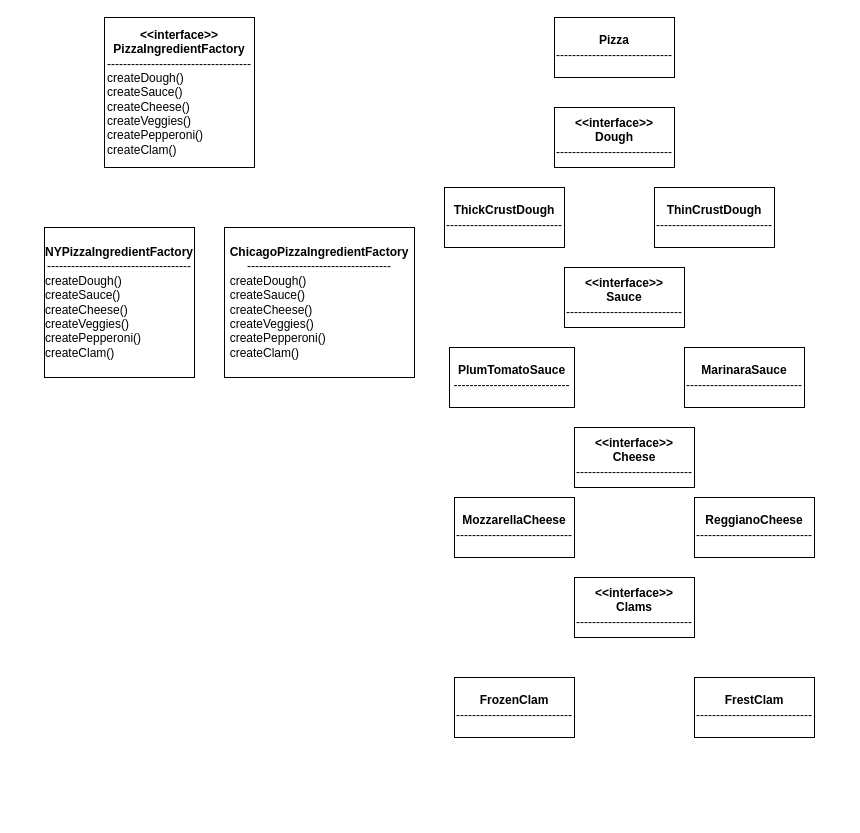
titcoi-eastlaos/diagrams- keeps this draw.io diagram as PizzaAF.drawio. Above is the earlier version. Source tidied: cells renumbered, new cells numbered last; positions are measured from the earlier drawing's top-left corner, leaving out a move shared by most shapes. Both pictures are drawn from the tidied source at 100%, with x=0, y=0 at pixel (44, 17).
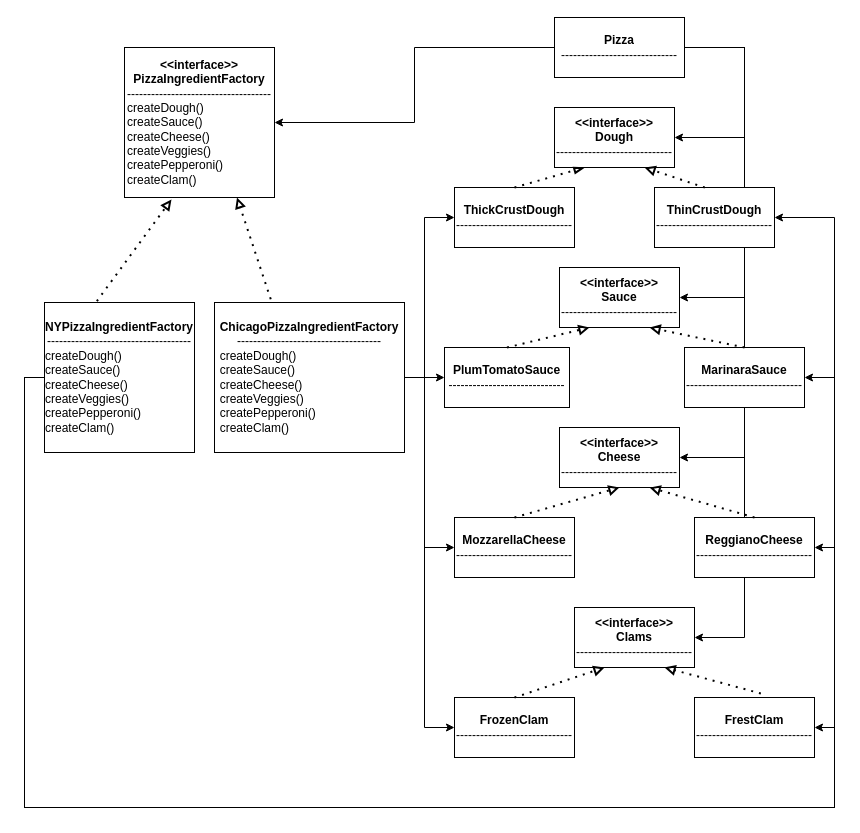
After the change.

Unchanged cells that the change refers to:
```xml
<mxCell id="6" value="&lt;b&gt;&amp;lt;&amp;lt;interface&amp;gt;&amp;gt;&lt;br&gt;Dough&lt;br&gt;&lt;/b&gt;-----------------------------" style="rounded=0;whiteSpace=wrap;html=1;" parent="1" vertex="1">
  <mxGeometry x="510" y="90" width="120" height="60" as="geometry" />
</mxCell>
<mxCell id="8" value="&lt;b&gt;ThinCrustDough&lt;br&gt;&lt;/b&gt;-----------------------------" style="rounded=0;whiteSpace=wrap;html=1;" parent="1" vertex="1">
  <mxGeometry x="610" y="170" width="120" height="60" as="geometry" />
</mxCell>
<mxCell id="11" value="&lt;b&gt;MarinaraSauce&lt;/b&gt;&lt;br&gt;-----------------------------" style="rounded=0;whiteSpace=wrap;html=1;" parent="1" vertex="1">
  <mxGeometry x="640" y="330" width="120" height="60" as="geometry" />
</mxCell>
```

The edit, as a diff of the source:
```diff
@@
     <mxCell id="2" value="&lt;b&gt;&amp;lt;&amp;lt;interface&amp;gt;&amp;gt;&lt;br&gt;PizzaIngredientFactory&lt;/b&gt;&lt;br&gt;------------------------------------&lt;br&gt;&lt;div style=&quot;text-align: left&quot;&gt;&lt;span&gt;createDough()&lt;/span&gt;&lt;/div&gt;&lt;div style=&quot;text-align: left&quot;&gt;&lt;span&gt;createSauce()&lt;/span&gt;&lt;/div&gt;&lt;div style=&quot;text-align: left&quot;&gt;&lt;span&gt;createCheese()&lt;/span&gt;&lt;/div&gt;&lt;div style=&quot;text-align: left&quot;&gt;&lt;span&gt;createVeggies()&lt;/span&gt;&lt;/div&gt;&lt;div style=&quot;text-align: left&quot;&gt;&lt;span&gt;createPepperoni()&lt;/span&gt;&lt;/div&gt;&lt;div style=&quot;text-align: left&quot;&gt;&lt;span&gt;createClam()&lt;/span&gt;&lt;/div&gt;" style="rounded=0;whiteSpace=wrap;html=1;" parent="1" vertex="1">
-      <mxGeometry x="60" width="150" height="150" as="geometry" />
+      <mxGeometry x="80" y="30" width="150" height="150" as="geometry" />
     </mxCell>
+    <mxCell id="18" style="edgeStyle=orthogonalEdgeStyle;rounded=0;jettySize=auto;html=1;exitX=0;exitY=0.5;exitDx=0;exitDy=0;entryX=1;entryY=0.5;entryDx=0;entryDy=0;endArrow=classic;endFill=1;" parent="1" edge="1" source="3" target="2">
+      <mxGeometry relative="1" as="geometry" />
+    </mxCell>
+    <mxCell id="19" style="edgeStyle=orthogonalEdgeStyle;rounded=0;jettySize=auto;html=1;exitX=1;exitY=0.5;exitDx=0;exitDy=0;entryX=1;entryY=0.5;entryDx=0;entryDy=0;endArrow=classic;endFill=1;" parent="1" edge="1" source="3" target="6">
+      <mxGeometry relative="1" as="geometry">
+        <Array as="points">
+          <mxPoint x="700" y="30" />
+          <mxPoint x="700" y="120" />
+        </Array>
+      </mxGeometry>
+    </mxCell>
+    <mxCell id="20" style="edgeStyle=orthogonalEdgeStyle;rounded=0;jettySize=auto;html=1;exitX=1;exitY=0.5;exitDx=0;exitDy=0;entryX=1;entryY=0.5;entryDx=0;entryDy=0;endArrow=classic;endFill=1;" parent="1" edge="1" source="3" target="9">
+      <mxGeometry relative="1" as="geometry">
+        <Array as="points">
+          <mxPoint x="700" y="30" />
+          <mxPoint x="700" y="280" />
+        </Array>
+      </mxGeometry>
+    </mxCell>
+    <mxCell id="21" style="edgeStyle=orthogonalEdgeStyle;rounded=0;jettySize=auto;html=1;entryX=1;entryY=0.5;entryDx=0;entryDy=0;endArrow=classic;endFill=1;" parent="1" edge="1" source="3" target="12">
+      <mxGeometry relative="1" as="geometry">
+        <Array as="points">
+          <mxPoint x="700" y="30" />
+          <mxPoint x="700" y="440" />
+        </Array>
+      </mxGeometry>
+    </mxCell>
+    <mxCell id="22" style="edgeStyle=orthogonalEdgeStyle;rounded=0;jettySize=auto;html=1;entryX=1;entryY=0.5;entryDx=0;entryDy=0;endArrow=classic;endFill=1;" parent="1" edge="1" source="3" target="13">
+      <mxGeometry relative="1" as="geometry">
+        <Array as="points">
+          <mxPoint x="700" y="30" />
+          <mxPoint x="700" y="620" />
+        </Array>
+      </mxGeometry>
+    </mxCell>
     <mxCell id="3" value="&lt;b&gt;Pizza&lt;/b&gt;&lt;br&gt;-----------------------------" style="rounded=0;whiteSpace=wrap;html=1;" parent="1" vertex="1">
-      <mxGeometry x="510" width="120" height="60" as="geometry" />
+      <mxGeometry x="510" width="130" height="60" as="geometry" />
     </mxCell>
+    <mxCell id="23" style="edgeStyle=orthogonalEdgeStyle;rounded=0;jettySize=auto;html=1;exitX=0;exitY=0.5;exitDx=0;exitDy=0;endArrow=classic;endFill=1;entryX=1;entryY=0.5;entryDx=0;entryDy=0;" parent="1" edge="1" source="4" target="17">
+      <mxGeometry relative="1" as="geometry">
+        <Array as="points">
+          <mxPoint x="-20" y="360" />
+          <mxPoint x="-20" y="790" />
+          <mxPoint x="790" y="790" />
+          <mxPoint x="790" y="710" />
+        </Array>
+      </mxGeometry>
+    </mxCell>
+    <mxCell id="24" style="edgeStyle=orthogonalEdgeStyle;rounded=0;jettySize=auto;html=1;exitX=0;exitY=0.5;exitDx=0;exitDy=0;entryX=1;entryY=0.5;entryDx=0;entryDy=0;endArrow=classic;endFill=1;" parent="1" edge="1" source="4" target="15">
+      <mxGeometry relative="1" as="geometry">
+        <Array as="points">
+          <mxPoint x="-20" y="360" />
+          <mxPoint x="-20" y="790" />
+          <mxPoint x="790" y="790" />
+          <mxPoint x="790" y="530" />
+        </Array>
+      </mxGeometry>
+    </mxCell>
+    <mxCell id="25" style="edgeStyle=orthogonalEdgeStyle;rounded=0;jettySize=auto;html=1;exitX=0;exitY=0.5;exitDx=0;exitDy=0;entryX=1;entryY=0.5;entryDx=0;entryDy=0;endArrow=classic;endFill=1;" parent="1" edge="1" source="4" target="11">
+      <mxGeometry relative="1" as="geometry">
+        <Array as="points">
+          <mxPoint x="-20" y="360" />
+          <mxPoint x="-20" y="790" />
+          <mxPoint x="790" y="790" />
+          <mxPoint x="790" y="360" />
+        </Array>
+      </mxGeometry>
+    </mxCell>
+    <mxCell id="26" style="edgeStyle=orthogonalEdgeStyle;rounded=0;jettySize=auto;html=1;exitX=0;exitY=0.5;exitDx=0;exitDy=0;entryX=1;entryY=0.5;entryDx=0;entryDy=0;endArrow=classic;endFill=1;" parent="1" edge="1" source="4" target="8">
+      <mxGeometry relative="1" as="geometry">
+        <Array as="points">
+          <mxPoint x="-20" y="360" />
+          <mxPoint x="-20" y="790" />
+          <mxPoint x="790" y="790" />
+          <mxPoint x="790" y="200" />
+        </Array>
+      </mxGeometry>
+    </mxCell>
     <mxCell id="4" value="&lt;b&gt;NYPizzaIngredientFactory&lt;/b&gt;&lt;br&gt;------------------------------------&lt;br&gt;&lt;div style=&quot;text-align: left&quot;&gt;&lt;span&gt;createDough()&lt;/span&gt;&lt;/div&gt;&lt;div style=&quot;text-align: left&quot;&gt;&lt;span&gt;createSauce()&lt;/span&gt;&lt;/div&gt;&lt;div style=&quot;text-align: left&quot;&gt;&lt;span&gt;createCheese()&lt;/span&gt;&lt;/div&gt;&lt;div style=&quot;text-align: left&quot;&gt;&lt;span&gt;createVeggies()&lt;/span&gt;&lt;/div&gt;&lt;div style=&quot;text-align: left&quot;&gt;&lt;span&gt;createPepperoni()&lt;/span&gt;&lt;/div&gt;&lt;div style=&quot;text-align: left&quot;&gt;&lt;span&gt;createClam()&lt;/span&gt;&lt;/div&gt;" style="rounded=0;whiteSpace=wrap;html=1;" parent="1" vertex="1">
-      <mxGeometry y="210" width="150" height="150" as="geometry" />
+      <mxGeometry y="285" width="150" height="150" as="geometry" />
     </mxCell>
+    <mxCell id="27" style="edgeStyle=orthogonalEdgeStyle;rounded=0;jettySize=auto;html=1;exitX=1;exitY=0.5;exitDx=0;exitDy=0;entryX=0;entryY=0.5;entryDx=0;entryDy=0;endArrow=classic;endFill=1;" parent="1" edge="1" source="5" target="10">
+      <mxGeometry relative="1" as="geometry" />
+    </mxCell>
+    <mxCell id="28" style="edgeStyle=orthogonalEdgeStyle;rounded=0;jettySize=auto;html=1;exitX=1;exitY=0.5;exitDx=0;exitDy=0;entryX=0;entryY=0.5;entryDx=0;entryDy=0;endArrow=classic;endFill=1;" parent="1" edge="1" source="5" target="7">
+      <mxGeometry relative="1" as="geometry">
+        <Array as="points">
+          <mxPoint x="380" y="360" />
+          <mxPoint x="380" y="200" />
+        </Array>
+      </mxGeometry>
+    </mxCell>
+    <mxCell id="29" style="edgeStyle=orthogonalEdgeStyle;rounded=0;jettySize=auto;html=1;exitX=1;exitY=0.5;exitDx=0;exitDy=0;entryX=0;entryY=0.5;entryDx=0;entryDy=0;endArrow=classic;endFill=1;" parent="1" edge="1" source="5" target="14">
+      <mxGeometry relative="1" as="geometry">
+        <Array as="points">
+          <mxPoint x="380" y="360" />
+          <mxPoint x="380" y="530" />
+        </Array>
+      </mxGeometry>
+    </mxCell>
+    <mxCell id="30" style="edgeStyle=orthogonalEdgeStyle;rounded=0;jettySize=auto;html=1;exitX=1;exitY=0.5;exitDx=0;exitDy=0;entryX=0;entryY=0.5;entryDx=0;entryDy=0;endArrow=classic;endFill=1;" parent="1" edge="1" source="5" target="16">
+      <mxGeometry relative="1" as="geometry">
+        <Array as="points">
+          <mxPoint x="380" y="360" />
+          <mxPoint x="380" y="710" />
+        </Array>
+      </mxGeometry>
+    </mxCell>
     <mxCell id="5" value="&lt;b&gt;ChicagoPizzaIngredientFactory&lt;/b&gt;&lt;br&gt;------------------------------------&lt;br&gt;&lt;div style=&quot;text-align: left&quot;&gt;&lt;span&gt;createDough()&lt;/span&gt;&lt;/div&gt;&lt;div style=&quot;text-align: left&quot;&gt;&lt;span&gt;createSauce()&lt;/span&gt;&lt;/div&gt;&lt;div style=&quot;text-align: left&quot;&gt;&lt;span&gt;createCheese()&lt;/span&gt;&lt;/div&gt;&lt;div style=&quot;text-align: left&quot;&gt;&lt;span&gt;createVeggies()&lt;/span&gt;&lt;/div&gt;&lt;div style=&quot;text-align: left&quot;&gt;&lt;span&gt;createPepperoni()&lt;/span&gt;&lt;/div&gt;&lt;div style=&quot;text-align: left&quot;&gt;&lt;span&gt;createClam()&lt;/span&gt;&lt;/div&gt;" style="rounded=0;whiteSpace=wrap;html=1;" parent="1" vertex="1">
-      <mxGeometry x="180" y="210" width="190" height="150" as="geometry" />
+      <mxGeometry x="170" y="285" width="190" height="150" as="geometry" />
     </mxCell>
@@
     <mxCell id="7" value="&lt;b&gt;ThickCrustDough&lt;br&gt;&lt;/b&gt;-----------------------------" style="rounded=0;whiteSpace=wrap;html=1;" parent="1" vertex="1">
-      <mxGeometry x="400" y="170" width="120" height="60" as="geometry" />
+      <mxGeometry x="410" y="170" width="120" height="60" as="geometry" />
     </mxCell>
@@
     <mxCell id="9" value="&lt;b&gt;&amp;lt;&amp;lt;interface&amp;gt;&amp;gt;&lt;br&gt;Sauce&lt;br&gt;&lt;/b&gt;-----------------------------" style="rounded=0;whiteSpace=wrap;html=1;" parent="1" vertex="1">
-      <mxGeometry x="520" y="250" width="120" height="60" as="geometry" />
+      <mxGeometry x="515" y="250" width="120" height="60" as="geometry" />
     </mxCell>
     <mxCell id="10" value="&lt;b&gt;PlumTomatoSauce&lt;br&gt;&lt;/b&gt;-----------------------------" style="rounded=0;whiteSpace=wrap;html=1;" parent="1" vertex="1">
-      <mxGeometry x="405" y="330" width="125" height="60" as="geometry" />
+      <mxGeometry x="400" y="330" width="125" height="60" as="geometry" />
     </mxCell>
@@
     <mxCell id="12" value="&lt;b&gt;&amp;lt;&amp;lt;interface&amp;gt;&amp;gt;&lt;br&gt;Cheese&lt;br&gt;&lt;/b&gt;-----------------------------" style="rounded=0;whiteSpace=wrap;html=1;" parent="1" vertex="1">
-      <mxGeometry x="530" y="410" width="120" height="60" as="geometry" />
+      <mxGeometry x="515" y="410" width="120" height="60" as="geometry" />
     </mxCell>
     <mxCell id="13" value="&lt;b&gt;&amp;lt;&amp;lt;interface&amp;gt;&amp;gt;&lt;br&gt;Clams&lt;br&gt;&lt;/b&gt;-----------------------------" style="rounded=0;whiteSpace=wrap;html=1;" parent="1" vertex="1">
-      <mxGeometry x="530" y="560" width="120" height="60" as="geometry" />
+      <mxGeometry x="530" y="590" width="120" height="60" as="geometry" />
     </mxCell>
     <mxCell id="14" value="&lt;b&gt;MozzarellaCheese&lt;br&gt;&lt;/b&gt;-----------------------------" style="rounded=0;whiteSpace=wrap;html=1;" parent="1" vertex="1">
-      <mxGeometry x="410" y="480" width="120" height="60" as="geometry" />
+      <mxGeometry x="410" y="500" width="120" height="60" as="geometry" />
     </mxCell>
     <mxCell id="15" value="&lt;b&gt;ReggianoCheese&lt;br&gt;&lt;/b&gt;-----------------------------" style="rounded=0;whiteSpace=wrap;html=1;" parent="1" vertex="1">
-      <mxGeometry x="650" y="480" width="120" height="60" as="geometry" />
+      <mxGeometry x="650" y="500" width="120" height="60" as="geometry" />
     </mxCell>
     <mxCell id="16" value="&lt;b&gt;FrozenClam&lt;br&gt;&lt;/b&gt;-----------------------------" style="rounded=0;whiteSpace=wrap;html=1;" parent="1" vertex="1">
-      <mxGeometry x="410" y="660" width="120" height="60" as="geometry" />
+      <mxGeometry x="410" y="680" width="120" height="60" as="geometry" />
     </mxCell>
     <mxCell id="17" value="&lt;b&gt;FrestClam&lt;br&gt;&lt;/b&gt;-----------------------------" style="rounded=0;whiteSpace=wrap;html=1;" parent="1" vertex="1">
-      <mxGeometry x="650" y="660" width="120" height="60" as="geometry" />
+      <mxGeometry x="650" y="680" width="120" height="60" as="geometry" />
     </mxCell>
+    <mxCell id="31" style="endArrow=block;dashed=1;html=1;dashPattern=1 3;strokeWidth=2;rounded=0;entryX=0.313;entryY=1.013;entryDx=0;entryDy=0;entryPerimeter=0;exitX=0.349;exitY=-0.009;exitDx=0;exitDy=0;exitPerimeter=0;endFill=0;" parent="1" edge="1" source="4" target="2">
+      <mxGeometry relative="1" as="geometry" />
+    </mxCell>
+    <mxCell id="32" style="endArrow=block;dashed=1;html=1;dashPattern=1 3;strokeWidth=2;rounded=0;entryX=0.75;entryY=1;entryDx=0;entryDy=0;exitX=0.296;exitY=-0.022;exitDx=0;exitDy=0;exitPerimeter=0;endFill=0;" parent="1" edge="1" source="5" target="2">
+      <mxGeometry relative="1" as="geometry" />
+    </mxCell>
+    <mxCell id="33" style="endArrow=blockThin;dashed=1;html=1;dashPattern=1 3;strokeWidth=2;rounded=0;exitX=0.5;exitY=0;exitDx=0;exitDy=0;entryX=0.25;entryY=1;entryDx=0;entryDy=0;endFill=0;" parent="1" edge="1" source="7" target="6">
+      <mxGeometry relative="1" as="geometry" />
+    </mxCell>
+    <mxCell id="34" style="endArrow=block;dashed=1;html=1;dashPattern=1 3;strokeWidth=2;rounded=0;entryX=0.75;entryY=1;entryDx=0;entryDy=0;exitX=0.419;exitY=0;exitDx=0;exitDy=0;exitPerimeter=0;endFill=0;" parent="1" edge="1" source="8" target="6">
+      <mxGeometry relative="1" as="geometry" />
+    </mxCell>
+    <mxCell id="35" style="endArrow=block;dashed=1;html=1;dashPattern=1 3;strokeWidth=2;rounded=0;exitX=0.5;exitY=0;exitDx=0;exitDy=0;entryX=0.25;entryY=1;entryDx=0;entryDy=0;endFill=0;" parent="1" edge="1" source="10" target="9">
+      <mxGeometry relative="1" as="geometry" />
+    </mxCell>
+    <mxCell id="36" style="endArrow=block;dashed=1;html=1;dashPattern=1 3;strokeWidth=2;rounded=0;entryX=0.75;entryY=1;entryDx=0;entryDy=0;exitX=0.5;exitY=0;exitDx=0;exitDy=0;endFill=0;" parent="1" edge="1" source="11" target="9">
+      <mxGeometry relative="1" as="geometry" />
+    </mxCell>
+    <mxCell id="37" style="endArrow=block;dashed=1;html=1;dashPattern=1 3;strokeWidth=2;rounded=0;exitX=0.5;exitY=0;exitDx=0;exitDy=0;entryX=0.5;entryY=1;entryDx=0;entryDy=0;endFill=0;" parent="1" edge="1" source="14" target="12">
+      <mxGeometry relative="1" as="geometry" />
+    </mxCell>
+    <mxCell id="38" style="endArrow=block;dashed=1;html=1;dashPattern=1 3;strokeWidth=2;rounded=0;entryX=0.75;entryY=1;entryDx=0;entryDy=0;exitX=0.5;exitY=0;exitDx=0;exitDy=0;endFill=0;" parent="1" edge="1" source="15" target="12">
+      <mxGeometry relative="1" as="geometry" />
+    </mxCell>
+    <mxCell id="39" style="endArrow=block;dashed=1;html=1;dashPattern=1 3;strokeWidth=2;rounded=0;exitX=0.5;exitY=0;exitDx=0;exitDy=0;entryX=0.25;entryY=1;entryDx=0;entryDy=0;endFill=0;" parent="1" edge="1" source="16" target="13">
+      <mxGeometry relative="1" as="geometry" />
+    </mxCell>
+    <mxCell id="40" style="endArrow=block;dashed=1;html=1;dashPattern=1 3;strokeWidth=2;rounded=0;exitX=0.553;exitY=-0.067;exitDx=0;exitDy=0;exitPerimeter=0;entryX=0.75;entryY=1;entryDx=0;entryDy=0;endFill=0;" parent="1" edge="1" source="17" target="13">
+      <mxGeometry relative="1" as="geometry" />
+    </mxCell>
```
